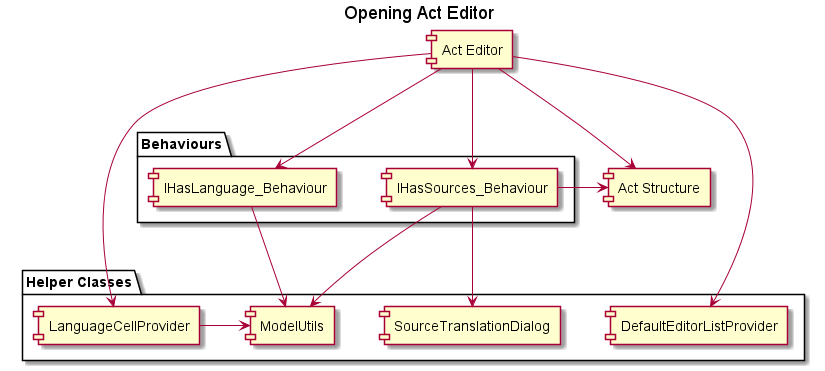
This is docs/diagrams/uml/renders/opening-act-editor.png from discipl/flinteditor-mps, a PlantUML export, as it was before one commit. Its diagram source:
```plantuml
@startuml Opening Act Editor
title Opening Act Editor
skinparam componentStyle rectangle

skinparam Ranksep 100
skinparam Nodesep 50

package Behaviours{
    component IHasLanguage_Behaviour
    component IHasSources_Behaviour
}



package "Helper Classes"{
    component ModelUtils
    component LanguageCellProvider
    component DefaultEditorListProvider
    component SourceTranslationDialog
}

component "Act Editor" as actEditor
component "Act Structure" as ActStruct

actEditor --> IHasLanguage_Behaviour
actEditor --> LanguageCellProvider
actEditor --> ActStruct
actEditor --> IHasSources_Behaviour
actEditor --> DefaultEditorListProvider
IHasLanguage_Behaviour --> ModelUtils
LanguageCellProvider -> ModelUtils
IHasSources_Behaviour --> ModelUtils
IHasSources_Behaviour -> ActStruct
IHasSources_Behaviour --> SourceTranslationDialog
@enduml
```
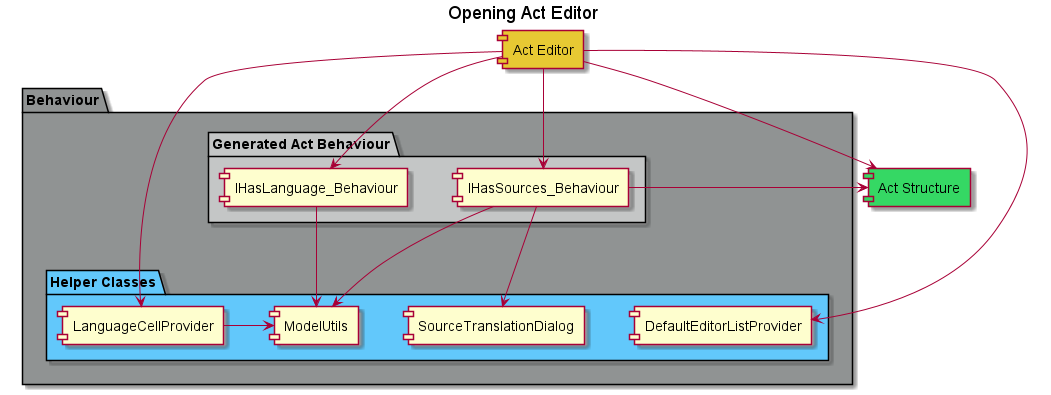
Later version of the same file.

Commit message:
Changed colors and package names

What changed in the source:
```diff
@@ -5,22 +5,24 @@
 skinparam Ranksep 100
 skinparam Nodesep 50
 
-package Behaviours{
-    component IHasLanguage_Behaviour
-    component IHasSources_Behaviour
+package Behaviour #909393{
+
+    package "Generated Act Behaviour" #C4C6C6{
+        component IHasLanguage_Behaviour
+        component IHasSources_Behaviour
+    }
+
+    package "Helper Classes" #62C8FB{
+        component ModelUtils
+        component LanguageCellProvider
+        component DefaultEditorListProvider
+        component SourceTranslationDialog
+    }
 }
 
 
-
-package "Helper Classes"{
-    component ModelUtils
-    component LanguageCellProvider
-    component DefaultEditorListProvider
-    component SourceTranslationDialog
-}
-
-component "Act Editor" as actEditor
-component "Act Structure" as ActStruct
+component "Act Editor" as actEditor #E7C933
+component "Act Structure" as ActStruct #35D864
 
 actEditor --> IHasLanguage_Behaviour
 actEditor --> LanguageCellProvider
```
